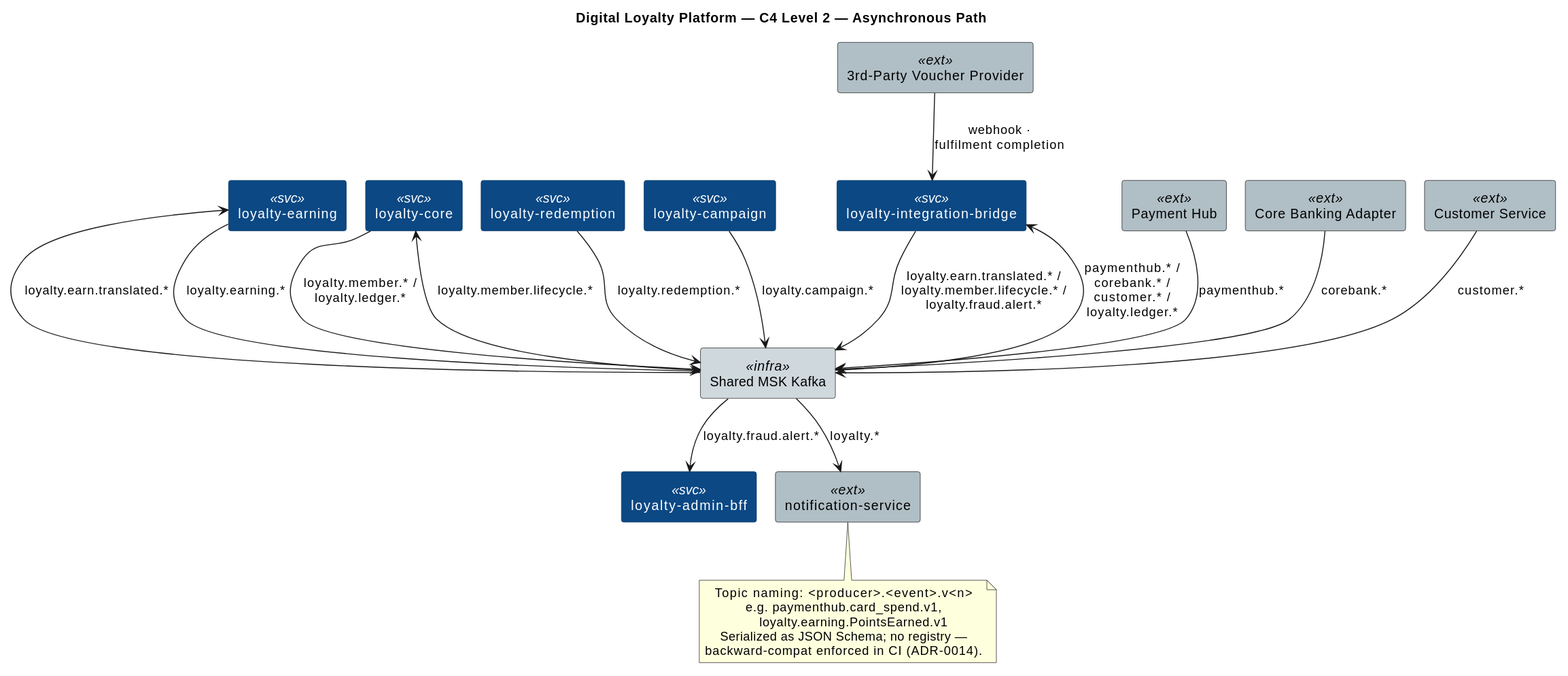
Above: images/level-2-async.svg in batnam/rochallor-loyalty (PlantUML), before the change. Its diagram source:
```plantuml
@startuml
title Digital Loyalty Platform — C4 Level 2 — Asynchronous Path

skinparam rectangle {
    BackgroundColor<<svc>>   #0b4884
    FontColor<<svc>>         #ffffff
    BorderColor<<svc>>       #073661

    BackgroundColor<<ext>>   #b0bec5

    BackgroundColor<<infra>> #cfd8dc
}
skinparam shadowing false
skinparam defaultTextAlignment center
skinparam nodesep 20
skinparam ranksep 60

together {
  rectangle "Payment Hub"          <<ext>> as payhub
  rectangle "Core Banking Adapter"          <<ext>> as t24
  rectangle "Customer Service" <<ext>> as custsvc
}

together {
  rectangle "loyalty-earning"    <<svc>> as earn
  rectangle "loyalty-core"       <<svc>> as core
  rectangle "loyalty-redemption" <<svc>> as redm
  rectangle "loyalty-campaign"   <<svc>> as camp
}

rectangle "Shared MSK Kafka" <<infra>> as msk

together {
  rectangle "3rd-Party Voucher Provider" <<ext>> as voucher
  rectangle "loyalty-integration-bridge" <<svc>> as bridge
}

together {
  rectangle "loyalty-admin-bff"          <<svc>> as abff
  rectangle "notification-service"   <<ext>> as notif
}

payhub  --> msk : paymenthub.*
t24     --> msk : corebank.*
custsvc --> msk : customer.*

earn --> msk : loyalty.earning.*
core --> msk : loyalty.member.* /\nloyalty.ledger.*
redm --> msk : loyalty.redemption.*
camp --> msk : loyalty.campaign.*

msk --> earn : loyalty.earn.translated.*
msk --> core : loyalty.member.lifecycle.*

msk    --> bridge : paymenthub.* /\ncorebank.* /\ncustomer.* /\nloyalty.ledger.*
bridge --> msk    : loyalty.earn.translated.* /\nloyalty.member.lifecycle.* /\nloyalty.fraud.alert.*

msk --> abff  : loyalty.fraud.alert.*
msk --> notif : loyalty.*

voucher --> bridge : webhook ·\nfulfilment completion

note bottom of notif
  Topic naming: <producer>.<event>.v<n>
  e.g. paymenthub.card_spend.v1,
       loyalty.earning.PointsEarned.v1
  Serialized as JSON Schema; no registry —
  backward-compat enforced in CI (ADR-0014).
end note
@enduml
```
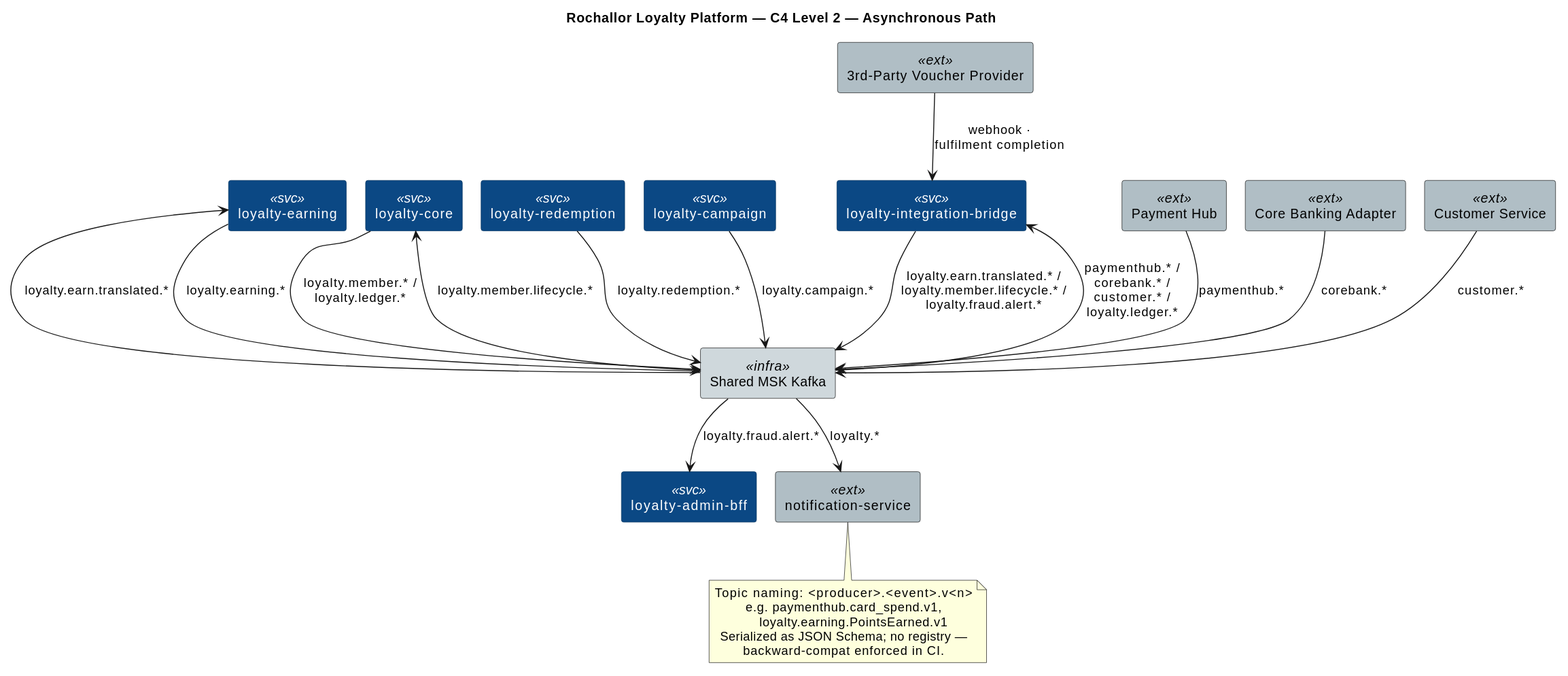
Above is the later version.

What changed in the source:
```diff
@@ -1,5 +1,5 @@
 @startuml
-title Digital Loyalty Platform — C4 Level 2 — Asynchronous Path
+title Rochallor Loyalty Platform — C4 Level 2 — Asynchronous Path
 
 skinparam rectangle {
     BackgroundColor<<svc>>   #0b4884
@@ -65,6 +65,6 @@
   e.g. paymenthub.card_spend.v1,
        loyalty.earning.PointsEarned.v1
   Serialized as JSON Schema; no registry —
-  backward-compat enforced in CI (ADR-0014).
+  backward-compat enforced in CI.
 end note
 @enduml
```
